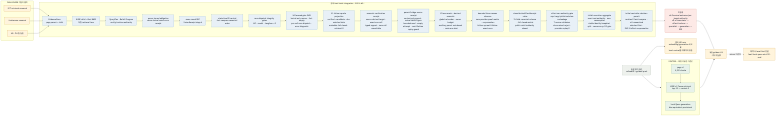
Before: fivecircles/architecture/specs/evidence-harness-progress-current-flow.png, a diagram exported from Mermaid (KongSeok/sprint-public-procurement-rag-assistant). Its source is kept beside it as fivecircles/architecture/specs/evidence-harness-progress-current-flow.mmd.
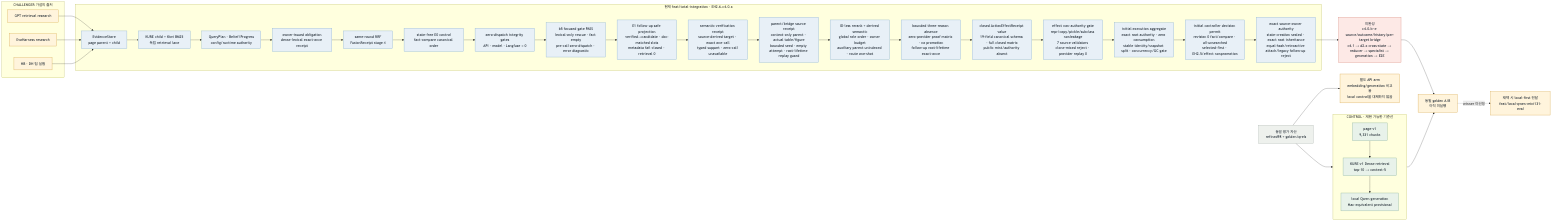
The same file after the commit.

Commit message:
feat(harness): seal controller source ownership

Change to the diagram source:
```diff
@@ -16,7 +16,7 @@
     R3["HB · DH 팀 실험"]
   end
 
-  subgraph BUILD["현재 feat/total-integration · EH2.6.d2.i"]
+  subgraph BUILD["현재 feat/total-integration · EH2.6.c4.0.a"]
     C1["EvidenceStore<br/>page parent + child"]
     C2["KURE child + Kiwi BM25<br/>독립 retrieval lane"]
     C3["QueryPlan · Belief/Progress<br/>config/runtime authority"]
@@ -34,10 +34,11 @@
     C15["effect non-authority gate<br/>repr/copy/pickle/subclass nonleakage<br/>7 source validators clone·mixed reject · provider replay 0"]
     C16["initial execution aggregate<br/>exact root authority · zero consumption<br/>stable identity/snapshot split · concurrency/GC gate"]
     C17["initial controller decision permit<br/>revision 0 fact/compare · all-unsearched<br/>selected-first · EH2.5/effect nonpromotion"]
-    C1 --> C2 --> C3 --> C4 --> C5 --> C6 --> C7 --> C8 --> C9 --> C10 --> C11 --> C12 --> C13 --> C14 --> C15 --> C16 --> C17
+    C18["exact source-owner authority<br/>state-creation sealed · exact root inheritance<br/>equal-hash/retroactive attach/legacy follow-up reject"]
+    C1 --> C2 --> C3 --> C4 --> C5 --> C6 --> C7 --> C8 --> C9 --> C10 --> C11 --> C12 --> C13 --> C14 --> C15 --> C16 --> C17 --> C18
   end
 
-  GAP["미완성<br/>c4.0 source/outcome/per-target authority<br/>d2.x cross-state → effect/reducer → specialist → generation → E2E"]
+  GAP["미완성<br/>c4.0.b~e source/outcome/history/per-target bridge<br/>c4.1 → d2.x cross-state → reducer → specialist → generation → E2E"]
   SELECT["동일 golden A/B<br/>아직 미실행"]
   LOCAL["채택 시 local-first 전달<br/>feat/local-qwen-mini131-eval"]
 
@@ -46,7 +47,7 @@
   R1 --> C1
   R2 --> C1
   R3 --> C1
-  C17 --> GAP --> SELECT
+  C18 --> GAP --> SELECT
   CONTROL --> SELECT
   SELECT -. "winner 미선정" .-> LOCAL
 
@@ -56,7 +57,7 @@
   classDef red fill:#fde9e6,stroke:#d98e84,color:#1f2933,stroke-width:1.5px
   classDef gray fill:#eef1ed,stroke:#aab5ad,color:#1f2933,stroke-width:1.5px
   class B1,B2,B3 green
-  class C1,C2,C3,C4,C5,C6,C7,C8,C9,C10,C11,C12,C13,C14,C15,C16,C17 blue
+  class C1,C2,C3,C4,C5,C6,C7,C8,C9,C10,C11,C12,C13,C14,C15,C16,C17,C18 blue
   class GOLD gray
   class R1,R2,R3,API amber
   class GAP red
```
